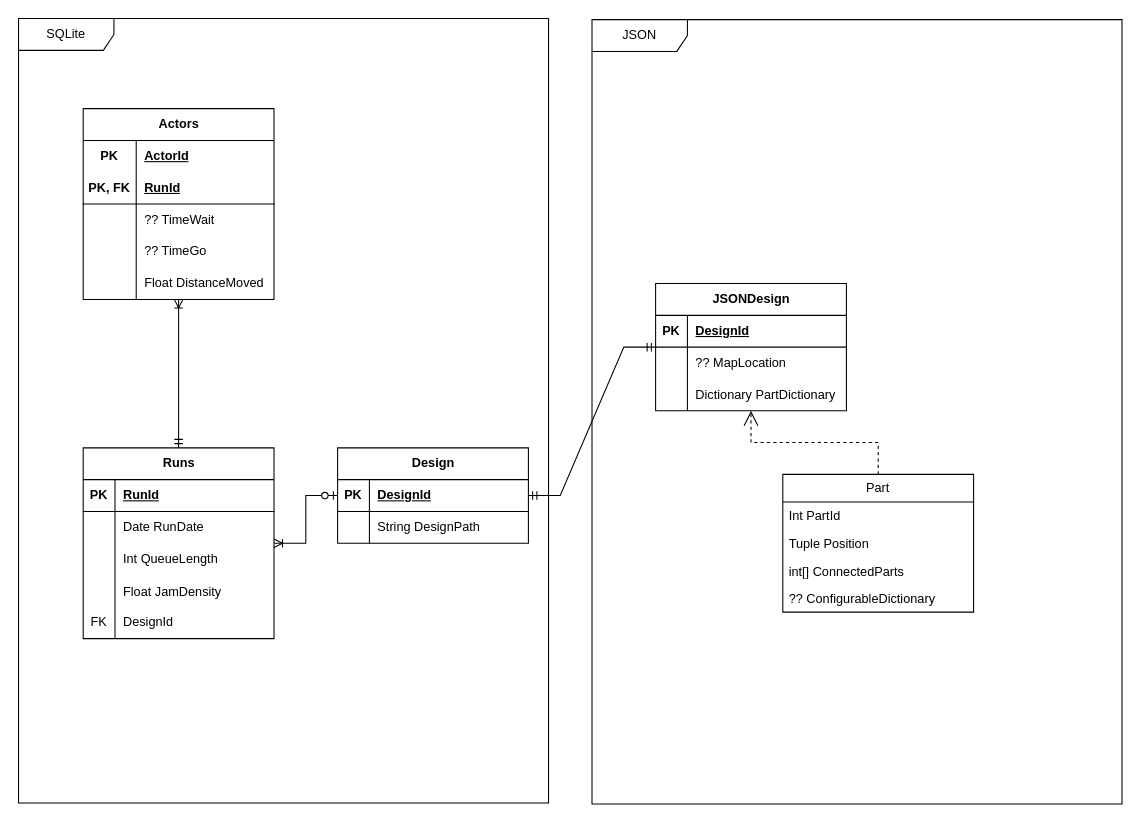
Team-Gala-JP/Team-Gala-JP keeps this draw.io diagram as ERD.drawio. Above is the earlier version. Source tidied: cells renumbered, new cells numbered last; positions are measured from the earlier drawing's top-left corner, leaving out a move shared by most shapes. Both pictures are drawn from the tidied source at 106%, with x=0, y=0 at pixel (18, 18).
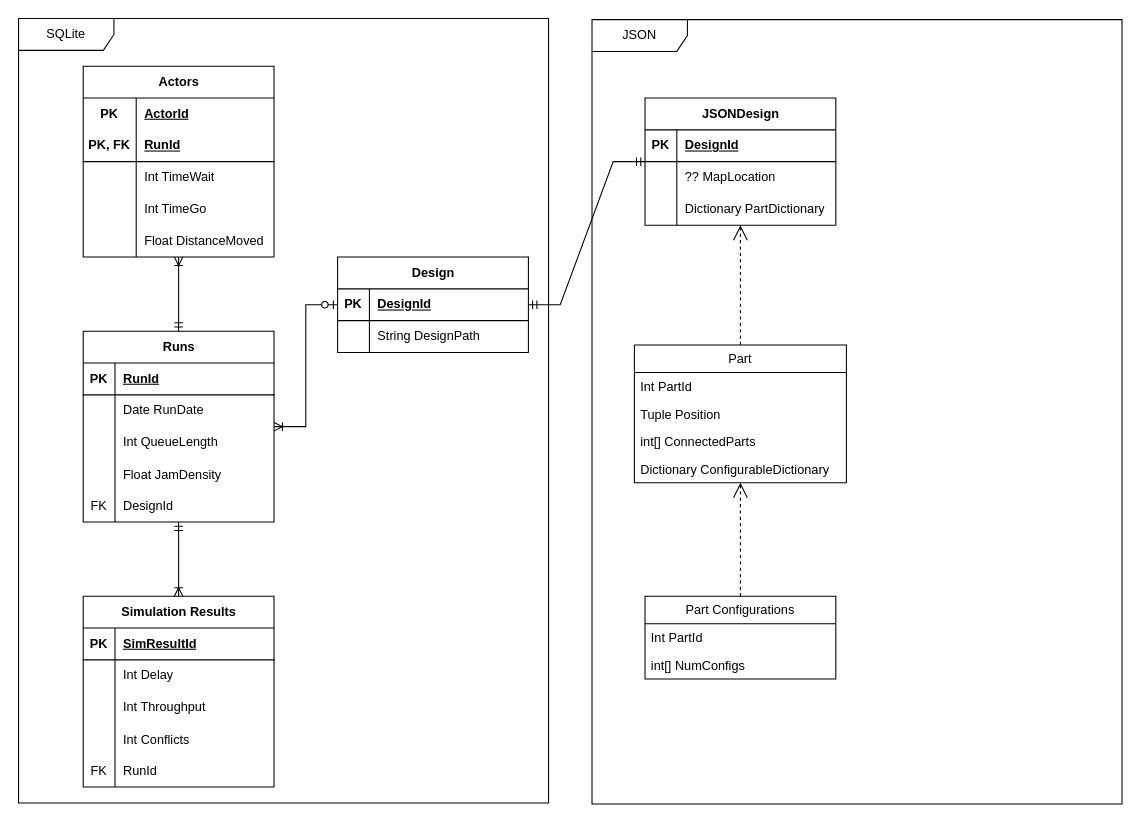
After the change.

Commit message:
Added a simulation result table to the SQLite side and a Part Configurations table to the JSON side

Unchanged cells that the change refers to:
```xml
<mxCell id="34" style="shape=tableRow;horizontal=0;startSize=0;swimlaneHead=0;swimlaneBody=0;fillColor=none;top=0;left=0;right=0;bottom=0;" parent="27" vertex="1">
  <mxGeometry y="90" width="180" height="30" as="geometry" />
</mxCell>
<mxCell id="37" style="shape=tableRow;horizontal=0;startSize=0;swimlaneHead=0;swimlaneBody=0;fillColor=none;top=0;left=0;right=0;bottom=0;" parent="27" vertex="1">
  <mxGeometry y="120" width="180" height="30" as="geometry" />
</mxCell>
```

The edit, as a diff of the source:
```diff
@@
     <mxCell id="2" value="Runs" style="shape=table;startSize=30;childLayout=tableLayout;rowLines=0;fontStyle=1;align=center;html=1;" parent="1" vertex="1">
-      <mxGeometry x="61" y="405" width="180" height="180" as="geometry" />
+      <mxGeometry x="61" y="295" width="180" height="180" as="geometry" />
     </mxCell>
@@
     <mxCell id="18" value="Design" style="shape=table;startSize=30;childLayout=tableLayout;rowLines=0;fontStyle=1;align=center;html=1;" parent="1" vertex="1">
-      <mxGeometry x="301" y="405" width="180" height="90" as="geometry" />
+      <mxGeometry x="301" y="225" width="180" height="90" as="geometry" />
     </mxCell>
@@
     <mxCell id="27" value="Actors" style="shape=table;startSize=30;childLayout=tableLayout;rowLines=0;fontStyle=1;align=center;html=1;" parent="1" vertex="1">
-      <mxGeometry x="61" y="85" width="180" height="180" as="geometry" />
+      <mxGeometry x="61" y="45" width="180" height="180" as="geometry" />
     </mxCell>
@@
-    <mxCell id="36" value="?? TimeWait" style="shape=partialRectangle;fillColor=none;top=0;left=0;bottom=0;right=0;align=left;spacingLeft=6;overflow=hidden;whiteSpace=wrap;html=1;" parent="34" vertex="1">
+    <mxCell id="36" value="Int TimeWait" style="shape=partialRectangle;fillColor=none;top=0;left=0;bottom=0;right=0;align=left;spacingLeft=6;overflow=hidden;whiteSpace=wrap;html=1;" parent="34" vertex="1">
       <mxGeometry x="50" width="130" height="30" as="geometry" />
     </mxCell>
@@
-    <mxCell id="39" value="?? TimeGo" style="shape=partialRectangle;fillColor=none;top=0;left=0;bottom=0;right=0;align=left;spacingLeft=6;overflow=hidden;whiteSpace=wrap;html=1;" parent="37" vertex="1">
+    <mxCell id="39" value="Int TimeGo" style="shape=partialRectangle;fillColor=none;top=0;left=0;bottom=0;right=0;align=left;spacingLeft=6;overflow=hidden;whiteSpace=wrap;html=1;" parent="37" vertex="1">
       <mxGeometry x="50" width="130" height="30" as="geometry" />
     </mxCell>
@@
     <mxCell id="44" value="JSONDesign" style="shape=table;startSize=30;childLayout=tableLayout;rowLines=0;fontStyle=1;align=center;html=1;" parent="1" vertex="1">
-      <mxGeometry x="601" y="250" width="180" height="120" as="geometry" />
+      <mxGeometry x="591" y="75" width="180" height="120" as="geometry" />
     </mxCell>
@@
     <mxCell id="55" value="Part" style="swimlane;fontStyle=0;horizontal=1;startSize=26;fillColor=none;whiteSpace=wrap;html=1;" parent="1" vertex="1">
-      <mxGeometry x="721" y="430" width="180" height="130" as="geometry" />
+      <mxGeometry x="581" y="308" width="200" height="130" as="geometry" />
     </mxCell>
     <mxCell id="56" value="Int PartId" style="text;strokeColor=none;fillColor=none;align=left;verticalAlign=top;spacingLeft=4;spacingRight=4;overflow=hidden;whiteSpace=wrap;html=1;" parent="55" vertex="1">
-      <mxGeometry y="26" width="180" height="26" as="geometry" />
+      <mxGeometry y="26" width="200" height="26" as="geometry" />
     </mxCell>
     <mxCell id="57" value="Tuple Position" style="text;strokeColor=none;fillColor=none;align=left;verticalAlign=top;spacingLeft=4;spacingRight=4;overflow=hidden;whiteSpace=wrap;html=1;" parent="55" vertex="1">
-      <mxGeometry y="52" width="180" height="26" as="geometry" />
+      <mxGeometry y="52" width="200" height="26" as="geometry" />
     </mxCell>
     <mxCell id="58" value="int[] ConnectedParts" style="text;strokeColor=none;fillColor=none;align=left;verticalAlign=top;spacingLeft=4;spacingRight=4;overflow=hidden;whiteSpace=wrap;html=1;" parent="55" vertex="1">
-      <mxGeometry y="78" width="180" height="26" as="geometry" />
+      <mxGeometry y="78" width="200" height="26" as="geometry" />
     </mxCell>
-    <mxCell id="59" value="?? ConfigurableDictionary" style="text;strokeColor=none;fillColor=none;align=left;verticalAlign=top;spacingLeft=4;spacingRight=4;overflow=hidden;whiteSpace=wrap;html=1;" parent="55" vertex="1">
-      <mxGeometry y="104" width="180" height="26" as="geometry" />
+    <mxCell id="59" value="Dictionary ConfigurableDictionary" style="text;strokeColor=none;fillColor=none;align=left;verticalAlign=top;spacingLeft=4;spacingRight=4;overflow=hidden;whiteSpace=wrap;html=1;" parent="55" vertex="1">
+      <mxGeometry y="104" width="200" height="26" as="geometry" />
     </mxCell>
@@
+    <mxCell id="62" value="Simulation Results" style="shape=table;startSize=30;childLayout=tableLayout;rowLines=0;fontStyle=1;align=center;html=1;" parent="1" vertex="1">
+      <mxGeometry x="61" y="545" width="180" height="180" as="geometry" />
+    </mxCell>
+    <mxCell id="63" style="shape=tableRow;horizontal=0;startSize=0;swimlaneHead=0;swimlaneBody=0;fillColor=none;top=0;left=0;right=0;bottom=1;" parent="62" vertex="1">
+      <mxGeometry y="30" width="180" height="30" as="geometry" />
+    </mxCell>
+    <mxCell id="64" value="PK" style="shape=partialRectangle;fillColor=none;top=0;left=0;bottom=0;right=0;fontStyle=1;overflow=hidden;whiteSpace=wrap;html=1;" parent="63" vertex="1">
+      <mxGeometry width="30" height="30" as="geometry" />
+    </mxCell>
+    <mxCell id="65" value="SimResultId" style="shape=partialRectangle;fillColor=none;top=0;left=0;bottom=0;right=0;align=left;spacingLeft=6;fontStyle=5;overflow=hidden;whiteSpace=wrap;html=1;" parent="63" vertex="1">
+      <mxGeometry x="30" width="150" height="30" as="geometry" />
+    </mxCell>
+    <mxCell id="66" style="shape=tableRow;horizontal=0;startSize=0;swimlaneHead=0;swimlaneBody=0;fillColor=none;top=0;left=0;right=0;bottom=0;" parent="62" vertex="1">
+      <mxGeometry y="60" width="180" height="30" as="geometry" />
+    </mxCell>
+    <mxCell id="67" style="shape=partialRectangle;fillColor=none;top=0;left=0;bottom=0;right=0;overflow=hidden;whiteSpace=wrap;html=1;" parent="66" vertex="1">
+      <mxGeometry width="30" height="30" as="geometry" />
+    </mxCell>
+    <mxCell id="68" value="Int Delay" style="shape=partialRectangle;fillColor=none;top=0;left=0;bottom=0;right=0;align=left;spacingLeft=6;overflow=hidden;whiteSpace=wrap;html=1;" parent="66" vertex="1">
+      <mxGeometry x="30" width="150" height="30" as="geometry" />
+    </mxCell>
+    <mxCell id="69" style="shape=tableRow;horizontal=0;startSize=0;swimlaneHead=0;swimlaneBody=0;fillColor=none;top=0;left=0;right=0;bottom=0;" parent="62" vertex="1">
+      <mxGeometry y="90" width="180" height="30" as="geometry" />
+    </mxCell>
+    <mxCell id="70" style="shape=partialRectangle;fillColor=none;top=0;left=0;bottom=0;right=0;overflow=hidden;whiteSpace=wrap;html=1;" parent="69" vertex="1">
+      <mxGeometry width="30" height="30" as="geometry" />
+    </mxCell>
+    <mxCell id="71" value="Int Throughput" style="shape=partialRectangle;fillColor=none;top=0;left=0;bottom=0;right=0;align=left;spacingLeft=6;overflow=hidden;whiteSpace=wrap;html=1;" parent="69" vertex="1">
+      <mxGeometry x="30" width="150" height="30" as="geometry" />
+    </mxCell>
+    <mxCell id="72" style="shape=tableRow;horizontal=0;startSize=0;swimlaneHead=0;swimlaneBody=0;fillColor=none;top=0;left=0;right=0;bottom=0;" parent="62" vertex="1">
+      <mxGeometry y="120" width="180" height="30" as="geometry" />
+    </mxCell>
+    <mxCell id="73" style="shape=partialRectangle;fillColor=none;top=0;left=0;bottom=0;right=0;overflow=hidden;" parent="72" vertex="1">
+      <mxGeometry width="30" height="30" as="geometry" />
+    </mxCell>
+    <mxCell id="74" value="Int Conflicts" style="shape=partialRectangle;fillColor=none;top=0;left=0;bottom=0;right=0;align=left;spacingLeft=6;overflow=hidden;" parent="72" vertex="1">
+      <mxGeometry x="30" width="150" height="30" as="geometry" />
+    </mxCell>
+    <mxCell id="75" style="shape=tableRow;horizontal=0;startSize=0;swimlaneHead=0;swimlaneBody=0;fillColor=none;top=0;left=0;right=0;bottom=0;" parent="62" vertex="1">
+      <mxGeometry y="150" width="180" height="30" as="geometry" />
+    </mxCell>
+    <mxCell id="76" value="FK" style="shape=partialRectangle;fillColor=none;top=0;left=0;bottom=0;right=0;fontStyle=0;overflow=hidden;whiteSpace=wrap;html=1;" parent="75" vertex="1">
+      <mxGeometry width="30" height="30" as="geometry" />
+    </mxCell>
+    <mxCell id="77" value="RunId" style="shape=partialRectangle;fillColor=none;top=0;left=0;bottom=0;right=0;align=left;spacingLeft=6;fontStyle=0;overflow=hidden;whiteSpace=wrap;html=1;" parent="75" vertex="1">
+      <mxGeometry x="30" width="150" height="30" as="geometry" />
+    </mxCell>
+    <mxCell id="78" style="edgeStyle=orthogonalEdgeStyle;fontSize=12;html=1;endArrow=ERoneToMany;startArrow=ERmandOne;rounded=0;" parent="1" edge="1" source="2" target="62">
+      <mxGeometry relative="1" as="geometry" />
+    </mxCell>
+    <mxCell id="79" value="Part Configurations" style="swimlane;fontStyle=0;horizontal=1;startSize=26;fillColor=none;whiteSpace=wrap;html=1;" parent="1" vertex="1">
+      <mxGeometry x="591" y="545" width="180" height="78" as="geometry" />
+    </mxCell>
+    <mxCell id="80" value="Int PartId" style="text;strokeColor=none;fillColor=none;align=left;verticalAlign=top;spacingLeft=4;spacingRight=4;overflow=hidden;whiteSpace=wrap;html=1;" parent="79" vertex="1">
+      <mxGeometry y="26" width="180" height="26" as="geometry" />
+    </mxCell>
+    <mxCell id="81" value="int[] NumConfigs" style="text;strokeColor=none;fillColor=none;align=left;verticalAlign=top;spacingLeft=4;spacingRight=4;overflow=hidden;whiteSpace=wrap;html=1;" parent="79" vertex="1">
+      <mxGeometry y="52" width="180" height="26" as="geometry" />
+    </mxCell>
+    <mxCell id="82" style="endArrow=open;endSize=12;dashed=1;html=1;rounded=0;edgeStyle=orthogonalEdgeStyle;" parent="1" edge="1" source="79" target="55">
+      <mxGeometry x="-0.44" relative="1" as="geometry" />
+    </mxCell>
```
